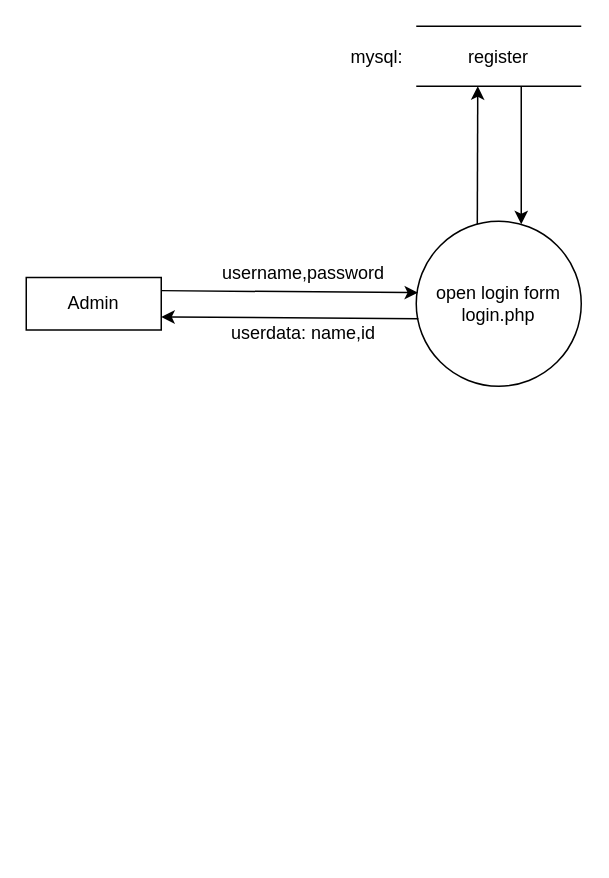
Above: physical_dfd_final.drawio in aashu-kattel/Sys.-Analysis-Design (draw.io), before the change. Source tidied: cells renumbered, new cells numbered last; positions are measured from the earlier drawing's top-left corner, leaving out a move shared by most shapes. Both pictures are drawn from the tidied source at 150%, with x=0, y=0 at pixel (26, 26).
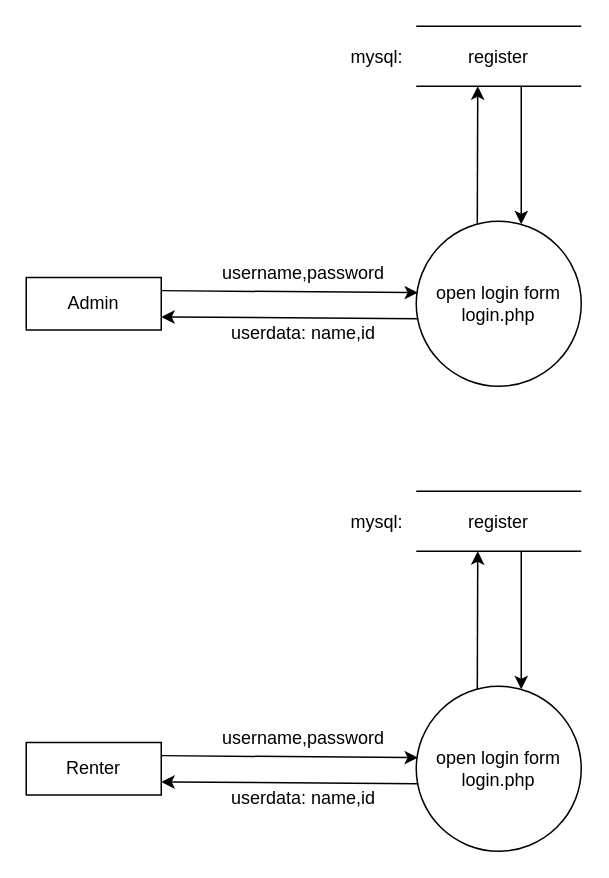
Above is the later version.

What changed in the source:
```diff
@@
+    <mxCell id="14" value="Renter" style="rounded=0;whiteSpace=wrap;html=1;" parent="1" vertex="1">
+      <mxGeometry y="477.5" width="90" height="35" as="geometry" />
+    </mxCell>
+    <mxCell id="15" value="open login form&lt;br&gt;login.php" style="ellipse;whiteSpace=wrap;html=1;" parent="1" vertex="1">
+      <mxGeometry x="260" y="440" width="110" height="110" as="geometry" />
+    </mxCell>
+    <mxCell id="16" style="endArrow=none;html=1;rounded=0;" parent="1" edge="1">
+      <mxGeometry relative="1" as="geometry">
+        <mxPoint x="260" y="310" as="sourcePoint" />
+        <mxPoint x="370" y="310" as="targetPoint" />
+      </mxGeometry>
+    </mxCell>
+    <mxCell id="17" style="endArrow=none;html=1;rounded=0;" parent="1" edge="1">
+      <mxGeometry relative="1" as="geometry">
+        <mxPoint x="260" y="350" as="sourcePoint" />
+        <mxPoint x="370" y="350" as="targetPoint" />
+      </mxGeometry>
+    </mxCell>
+    <mxCell id="18" style="endArrow=classic;html=1;rounded=0;exitX=1;exitY=0.25;exitDx=0;exitDy=0;entryX=0.011;entryY=0.433;entryDx=0;entryDy=0;entryPerimeter=0;" parent="1" edge="1" source="14" target="15">
+      <mxGeometry relative="1" as="geometry" />
+    </mxCell>
+    <mxCell id="19" style="endArrow=classic;html=1;rounded=0;exitX=0.013;exitY=0.591;exitDx=0;exitDy=0;entryX=1;entryY=0.75;entryDx=0;entryDy=0;exitPerimeter=0;" parent="1" edge="1" source="15" target="14">
+      <mxGeometry relative="1" as="geometry" />
+    </mxCell>
+    <mxCell id="20" style="endArrow=classic;html=1;rounded=0;exitX=0.343;exitY=0.017;exitDx=0;exitDy=0;exitPerimeter=0;" parent="1" edge="1">
+      <mxGeometry relative="1" as="geometry">
+        <mxPoint x="300.7" y="441.9" as="sourcePoint" />
+        <mxPoint x="301" y="350" as="targetPoint" />
+      </mxGeometry>
+    </mxCell>
+    <mxCell id="21" style="endArrow=classic;html=1;rounded=0;exitX=0.343;exitY=0.017;exitDx=0;exitDy=0;exitPerimeter=0;" parent="1" edge="1">
+      <mxGeometry relative="1" as="geometry">
+        <mxPoint x="330" y="350" as="sourcePoint" />
+        <mxPoint x="330" y="442" as="targetPoint" />
+      </mxGeometry>
+    </mxCell>
+    <mxCell id="22" value="username,password" style="text;html=1;strokeColor=none;fillColor=none;align=center;verticalAlign=middle;whiteSpace=wrap;rounded=0;" parent="1" vertex="1">
+      <mxGeometry x="130" y="460" width="110" height="30" as="geometry" />
+    </mxCell>
+    <mxCell id="23" value="userdata: name,id" style="text;html=1;strokeColor=none;fillColor=none;align=center;verticalAlign=middle;whiteSpace=wrap;rounded=0;" parent="1" vertex="1">
+      <mxGeometry x="130" y="500" width="110" height="30" as="geometry" />
+    </mxCell>
+    <mxCell id="24" value="mysql:" style="text;html=1;strokeColor=none;fillColor=none;align=center;verticalAlign=middle;whiteSpace=wrap;rounded=0;" parent="1" vertex="1">
+      <mxGeometry x="204" y="316" width="60" height="30" as="geometry" />
+    </mxCell>
+    <mxCell id="25" value="register" style="text;html=1;strokeColor=none;fillColor=none;align=center;verticalAlign=middle;whiteSpace=wrap;rounded=0;" parent="1" vertex="1">
+      <mxGeometry x="285" y="316" width="60" height="30" as="geometry" />
+    </mxCell>
```
